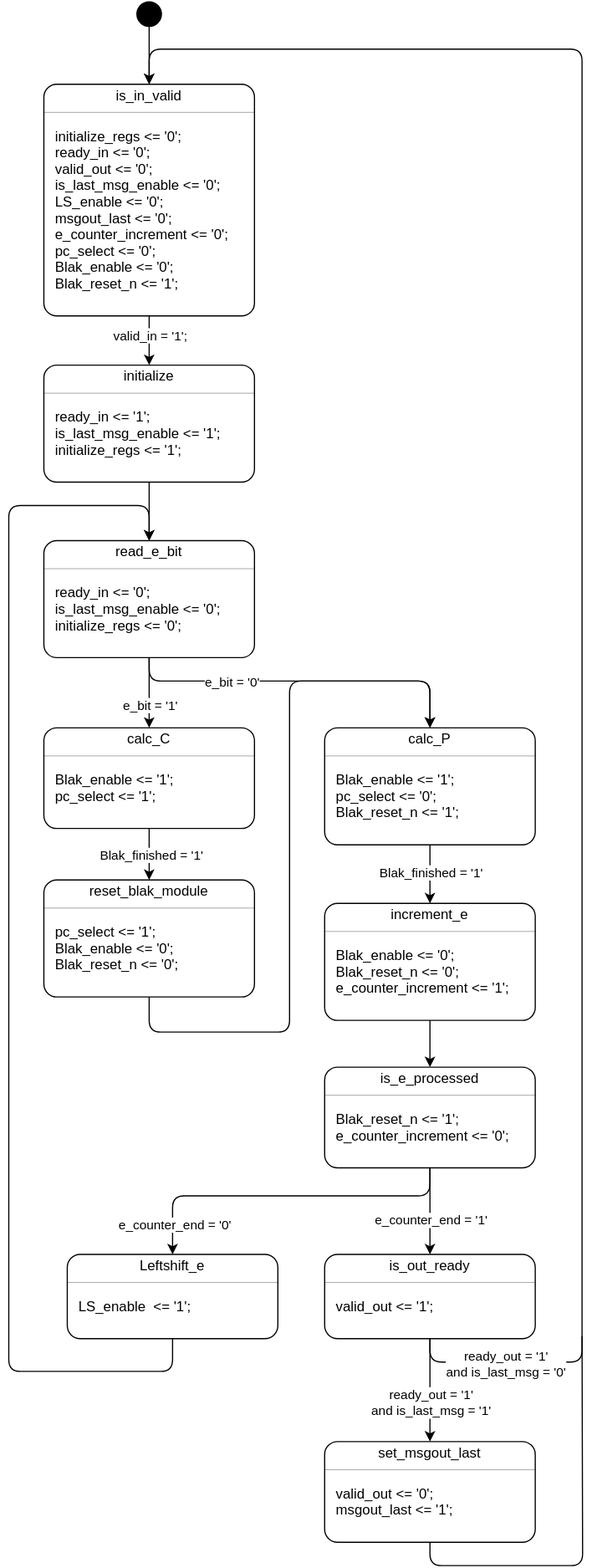
Before: mod_exp_fsm.svg, a diagram exported from draw.io (marnicbar/tfe4141). Source tidied: cells renumbered, new cells last; positions are measured from the earlier drawing's top-left corner, leaving out a move shared by most shapes.
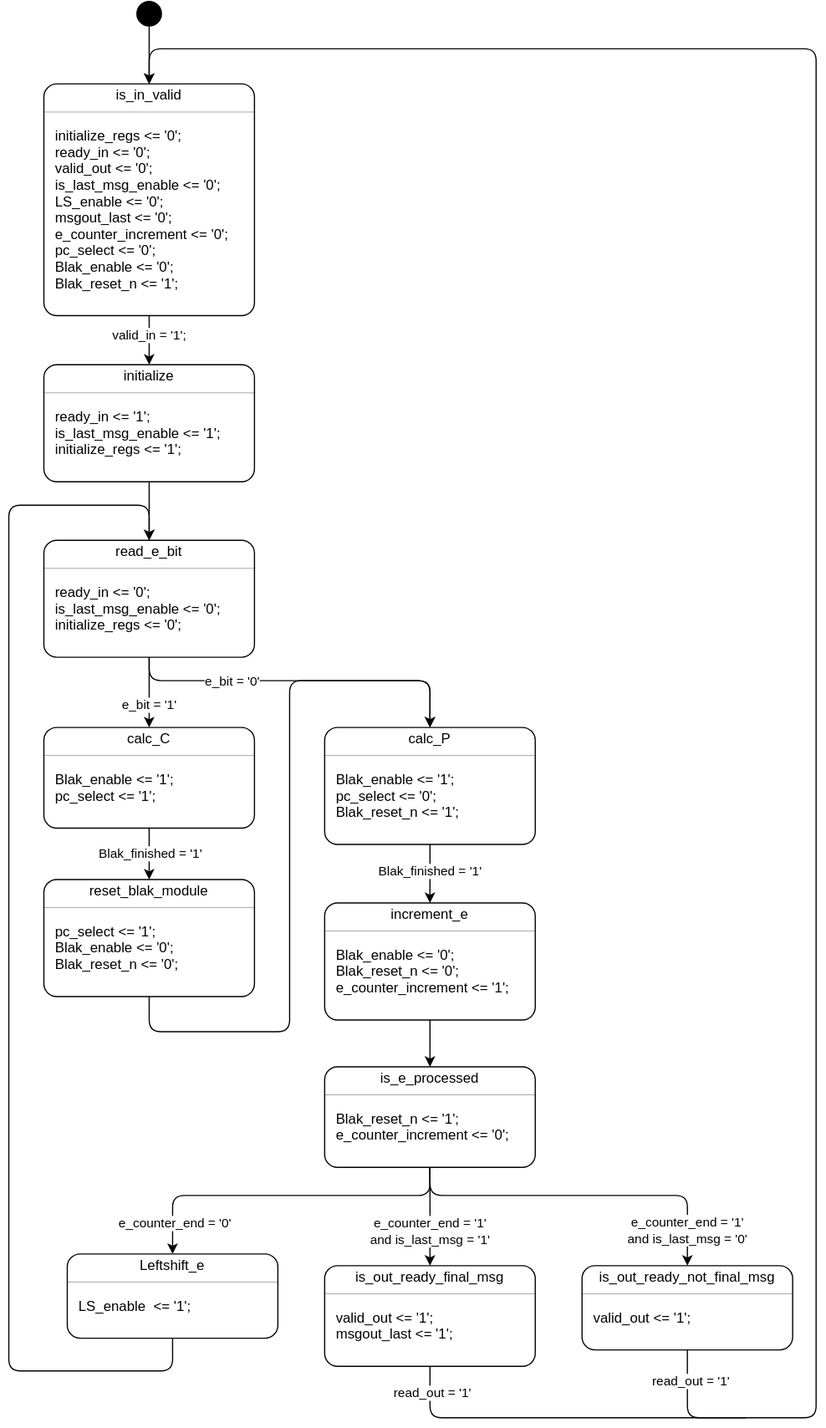
Above is the later version.

Commit message:
Update state diagram

Diff of the diagram source:
```diff
@@ -260,9 +260,9 @@
       <mxGeometry y="52" width="180" height="20" as="geometry" />
     </mxCell>
     <mxCell id="84" style="fontStyle=1;align=center;verticalAlign=middle;horizontal=1;rounded=1;absoluteArcSize=1;arcSize=22;" parent="1" vertex="1">
-      <mxGeometry x="270" y="1070" width="180" height="72" as="geometry" />
+      <mxGeometry x="270" y="1080" width="180" height="86" as="geometry" />
     </mxCell>
-    <mxCell id="85" value="is_out_ready" style="html=1;align=center;spacing=0;verticalAlign=middle;strokeColor=none;fillColor=none;whiteSpace=wrap;" parent="84" vertex="1">
+    <mxCell id="85" value="is_out_ready_final_msg" style="html=1;align=center;spacing=0;verticalAlign=middle;strokeColor=none;fillColor=none;whiteSpace=wrap;" parent="84" vertex="1">
       <mxGeometry width="180" height="20" as="geometry" />
     </mxCell>
     <mxCell id="86" style="line;strokeWidth=0.25;fillColor=none;align=left;verticalAlign=middle;spacingTop=-1;spacingLeft=3;spacingRight=3;labelPosition=right;" parent="84" vertex="1">
@@ -274,35 +274,12 @@
     <mxCell id="88" value="valid_out &amp;lt;= '1';" style="html=1;align=left;spacing=0;spacingLeft=10;verticalAlign=middle;strokeColor=none;fillColor=none;whiteSpace=wrap;" parent="84" vertex="1">
       <mxGeometry y="38" width="180" height="14" as="geometry" />
     </mxCell>
+    <mxCell id="95" value="msgout_last &amp;lt;= '1';" style="html=1;align=left;spacing=0;spacingLeft=10;verticalAlign=middle;strokeColor=none;fillColor=none;whiteSpace=wrap;" parent="84" vertex="1">
+      <mxGeometry y="52" width="180" height="14" as="geometry" />
+    </mxCell>
     <mxCell id="89" style="html=1;align=left;spacing=0;spacingLeft=10;verticalAlign=middle;strokeColor=none;fillColor=none;whiteSpace=wrap;" parent="84" vertex="1">
-      <mxGeometry y="52" width="180" height="20" as="geometry" />
+      <mxGeometry y="66" width="180" height="20" as="geometry" />
     </mxCell>
-    <mxCell id="90" style="fontStyle=1;align=center;verticalAlign=middle;horizontal=1;rounded=1;absoluteArcSize=1;arcSize=22;" parent="1" vertex="1">
-      <mxGeometry x="270" y="1230" width="180" height="86" as="geometry" />
-    </mxCell>
-    <mxCell id="91" value="set_msgout_last" style="html=1;align=center;spacing=0;verticalAlign=middle;strokeColor=none;fillColor=none;whiteSpace=wrap;" parent="90" vertex="1">
-      <mxGeometry width="180" height="20" as="geometry" />
-    </mxCell>
-    <mxCell id="92" style="line;strokeWidth=0.25;fillColor=none;align=left;verticalAlign=middle;spacingTop=-1;spacingLeft=3;spacingRight=3;labelPosition=right;" parent="90" vertex="1">
-      <mxGeometry y="20" width="180" height="8" as="geometry" />
-    </mxCell>
-    <mxCell id="93" style="html=1;align=left;spacing=0;spacingLeft=10;verticalAlign=middle;strokeColor=none;fillColor=none;whiteSpace=wrap;" parent="90" vertex="1">
-      <mxGeometry y="28" width="180" height="10" as="geometry" />
-    </mxCell>
-    <mxCell id="94" value="valid_out &amp;lt;= '0';" style="html=1;align=left;spacing=0;spacingLeft=10;verticalAlign=middle;strokeColor=none;fillColor=none;whiteSpace=wrap;" parent="90" vertex="1">
-      <mxGeometry y="38" width="180" height="14" as="geometry" />
-    </mxCell>
-    <mxCell id="95" value="msgout_last &amp;lt;= '1';" style="html=1;align=left;spacing=0;spacingLeft=10;verticalAlign=middle;strokeColor=none;fillColor=none;whiteSpace=wrap;" parent="90" vertex="1">
-      <mxGeometry y="52" width="180" height="14" as="geometry" />
-    </mxCell>
-    <mxCell id="96" style="edgeStyle=orthogonalEdgeStyle;rounded=1;jettySize=auto;html=1;exitX=0.5;exitY=1;exitDx=0;exitDy=0;curved=0;endArrow=none;startFill=0;" parent="90" edge="1" source="97">
-      <mxGeometry relative="1" as="geometry">
-        <mxPoint x="220" y="-90" as="targetPoint" />
-      </mxGeometry>
-    </mxCell>
-    <mxCell id="97" style="html=1;align=left;spacing=0;spacingLeft=10;verticalAlign=middle;strokeColor=none;fillColor=none;whiteSpace=wrap;" parent="90" vertex="1">
-      <mxGeometry y="66" width="180" height="20" as="geometry" />
-    </mxCell>
     <mxCell id="98" style="edgeStyle=orthogonalEdgeStyle;rounded=0;jettySize=auto;html=1;exitX=0.5;exitY=1;exitDx=0;exitDy=0;entryX=0.5;entryY=0;entryDx=0;entryDy=0;" parent="1" edge="1" source="42" target="55">
       <mxGeometry relative="1" as="geometry" />
     </mxCell>
@@ -336,9 +313,9 @@
         </Array>
       </mxGeometry>
     </mxCell>
-    <mxCell id="105" value="e_counter_end = '1'" style="edgeLabel;html=1;align=center;verticalAlign=middle;" parent="104" vertex="1">
+    <mxCell id="105" value="e_counter_end = '1'&lt;br&gt;and is_last_msg = '1'" style="edgeLabel;html=1;align=center;verticalAlign=middle;" parent="104" vertex="1">
       <mxGeometry x="0.84" y="1" relative="1" as="geometry">
-        <mxPoint x="-1" y="-24" as="offset" />
+        <mxPoint x="-1" y="-23" as="offset" />
       </mxGeometry>
     </mxCell>
     <mxCell id="106" style="edgeStyle=orthogonalEdgeStyle;rounded=1;jettySize=auto;html=1;exitX=0.5;exitY=1;exitDx=0;exitDy=0;entryX=0.5;entryY=0;entryDx=0;entryDy=0;curved=0;" parent="1" edge="1" source="77" target="79">
@@ -368,28 +345,58 @@
     <mxCell id="110" style="strokeWidth=2;html=1;shape=mxgraph.flowchart.start_2;whiteSpace=wrap;fillColor=light-dark(#000000,#FFFFFF);" parent="1" vertex="1">
       <mxGeometry x="110" width="20" height="20" as="geometry" />
     </mxCell>
-    <mxCell id="111" style="edgeStyle=orthogonalEdgeStyle;rounded=0;jettySize=auto;html=1;exitX=0.5;exitY=1;exitDx=0;exitDy=0;entryX=0.5;entryY=0;entryDx=0;entryDy=0;" parent="1" edge="1" source="89" target="90">
-      <mxGeometry relative="1" as="geometry" />
+    <mxCell id="111" style="edgeStyle=orthogonalEdgeStyle;rounded=1;jettySize=auto;html=1;exitX=0.5;exitY=1;exitDx=0;exitDy=0;endArrow=none;startFill=0;curved=0;" parent="1" edge="1" source="89">
+      <mxGeometry relative="1" as="geometry">
+        <mxPoint x="630" y="1210" as="targetPoint" />
+        <Array as="points">
+          <mxPoint x="360" y="1210" />
+        </Array>
+      </mxGeometry>
     </mxCell>
-    <mxCell id="112" value="ready_out = '1'&lt;br&gt;and&amp;nbsp;is_last_msg = '1'" style="edgeLabel;html=1;align=center;verticalAlign=middle;" parent="111" vertex="1">
-      <mxGeometry x="-0.25" y="-1" relative="1" as="geometry">
-        <mxPoint x="1" y="21" as="offset" />
-      </mxGeometry>
-    </mxCell>
-    <mxCell id="113" style="edgeStyle=orthogonalEdgeStyle;rounded=1;jettySize=auto;html=1;exitX=0.5;exitY=1;exitDx=0;exitDy=0;entryX=0.5;entryY=0;entryDx=0;entryDy=0;curved=0;" parent="1" edge="1" source="89" target="3">
-      <mxGeometry relative="1" as="geometry">
-        <Array as="points">
-          <mxPoint x="360" y="1162" />
-          <mxPoint x="490" y="1162" />
-          <mxPoint x="490" y="40" />
-          <mxPoint x="120" y="40" />
-        </Array>
-      </mxGeometry>
-    </mxCell>
-    <mxCell id="114" value="ready_out = '1'&lt;br&gt;and&amp;nbsp;is_last_msg = '0'" style="edgeLabel;html=1;align=center;verticalAlign=middle;" parent="113" vertex="1">
-      <mxGeometry x="-0.92" y="-1" relative="1" as="geometry">
-        <mxPoint x="18" as="offset" />
-      </mxGeometry>
-    </mxCell>
+    <mxCell id="115" value="read_out = '1'" style="edgeLabel;html=1;align=center;verticalAlign=middle;" parent="111" vertex="1">
+      <mxGeometry x="-0.86" y="1" relative="1" as="geometry" />
+    </mxCell>
+    <mxCell id="116" style="fontStyle=1;align=center;verticalAlign=middle;horizontal=1;rounded=1;absoluteArcSize=1;arcSize=22;" parent="1" vertex="1">
+      <mxGeometry x="490" y="1080" width="180" height="72" as="geometry" />
+    </mxCell>
+    <mxCell id="117" value="is_out_ready_not_final_msg" style="html=1;align=center;spacing=0;verticalAlign=middle;strokeColor=none;fillColor=none;whiteSpace=wrap;" parent="116" vertex="1">
+      <mxGeometry width="180" height="20" as="geometry" />
+    </mxCell>
+    <mxCell id="92" style="line;strokeWidth=0.25;fillColor=none;align=left;verticalAlign=middle;spacingTop=-1;spacingLeft=3;spacingRight=3;labelPosition=right;" parent="116" vertex="1">
+      <mxGeometry y="20" width="180" height="8" as="geometry" />
+    </mxCell>
+    <mxCell id="93" style="html=1;align=left;spacing=0;spacingLeft=10;verticalAlign=middle;strokeColor=none;fillColor=none;whiteSpace=wrap;" parent="116" vertex="1">
+      <mxGeometry y="28" width="180" height="10" as="geometry" />
+    </mxCell>
+    <mxCell id="118" value="valid_out &amp;lt;= '1';" style="html=1;align=left;spacing=0;spacingLeft=10;verticalAlign=middle;strokeColor=none;fillColor=none;whiteSpace=wrap;" parent="116" vertex="1">
+      <mxGeometry y="38" width="180" height="14" as="geometry" />
+    </mxCell>
+    <mxCell id="119" style="html=1;align=left;spacing=0;spacingLeft=10;verticalAlign=middle;strokeColor=none;fillColor=none;whiteSpace=wrap;" parent="116" vertex="1">
+      <mxGeometry y="52" width="180" height="20" as="geometry" />
+    </mxCell>
+    <mxCell id="120" style="edgeStyle=orthogonalEdgeStyle;rounded=1;jettySize=auto;html=1;exitX=0.5;exitY=1;exitDx=0;exitDy=0;entryX=0.5;entryY=0;entryDx=0;entryDy=0;curved=0;" parent="1" edge="1" source="77" target="117">
+      <mxGeometry relative="1" as="geometry">
+        <Array as="points">
+          <mxPoint x="360" y="1020" />
+          <mxPoint x="580" y="1020" />
+        </Array>
+      </mxGeometry>
+    </mxCell>
+    <mxCell id="121" value="e_counter_end = '1'&lt;br&gt;and is_last_msg = '0'" style="edgeLabel;html=1;align=center;verticalAlign=middle;" parent="1" vertex="1">
+      <mxGeometry x="580" y="1050" as="geometry" />
+    </mxCell>
+    <mxCell id="122" style="edgeStyle=orthogonalEdgeStyle;rounded=1;jettySize=auto;html=1;exitX=0.5;exitY=1;exitDx=0;exitDy=0;entryX=0.5;entryY=0;entryDx=0;entryDy=0;curved=0;" parent="1" edge="1" source="119" target="3">
+      <mxGeometry relative="1" as="geometry">
+        <Array as="points">
+          <mxPoint x="580" y="1210" />
+          <mxPoint x="690" y="1210" />
+          <mxPoint x="690" y="40" />
+          <mxPoint x="120" y="40" />
+        </Array>
+      </mxGeometry>
+    </mxCell>
+    <mxCell id="123" value="read_out = '1'" style="edgeLabel;html=1;align=center;verticalAlign=middle;" parent="122" vertex="1">
+      <mxGeometry x="-0.97" y="3" relative="1" as="geometry" />
+    </mxCell>
   </root>
 </mxGraphModel>
```
